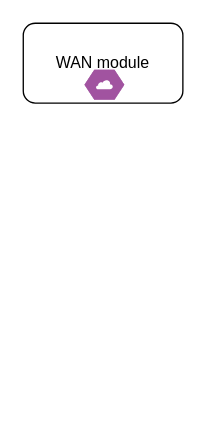
Above: qlrr.drawio in Khuemin/Network (draw.io), before the change. Source tidied: cells renumbered, new cells numbered last; positions are measured from the earlier drawing's top-left corner, leaving out a move shared by most shapes. Both pictures are drawn from the tidied source at 133%, with x=0, y=0 at pixel (23, 23).
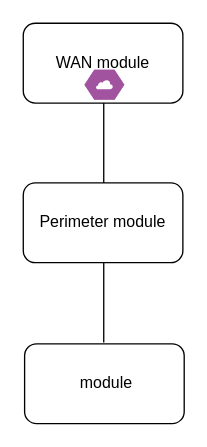
Above is the later version.

Commit message (it also covers changes not shown here):
Cập nhật qlrr.drawio

Change to the diagram source:
```diff
@@
 <mxGraphModel>
   <root>
     <mxCell id="0" />
     <mxCell id="1" parent="0" />
     <mxCell id="2" value="WAN module" style="rounded=1;whiteSpace=wrap;html=1;" parent="1" vertex="1">
       <mxGeometry width="120" height="60" as="geometry" />
     </mxCell>
     <mxCell id="3" style="verticalLabelPosition=bottom;sketch=0;html=1;fillColor=#A153A0;strokeColor=#ffffff;verticalAlign=top;align=center;shape=mxgraph.cisco_safe.compositeIcon;bgIcon=mxgraph.cisco_safe.design.blank_device;resIcon=mxgraph.cisco_safe.design.sd_wan;" parent="1" vertex="1">
       <mxGeometry x="46" y="35" width="30" height="22.5" as="geometry" />
     </mxCell>
+    <mxCell id="4" style="endArrow=none;html=1;rounded=0;" parent="1" edge="1">
+      <mxGeometry relative="1" as="geometry">
+        <mxPoint x="60.5" y="120" as="sourcePoint" />
+        <mxPoint x="60.5" y="60" as="targetPoint" />
+      </mxGeometry>
+    </mxCell>
+    <mxCell id="5" value="Perimeter module" style="rounded=1;whiteSpace=wrap;html=1;" parent="1" vertex="1">
+      <mxGeometry y="120" width="120" height="60" as="geometry" />
+    </mxCell>
+    <mxCell id="6" value="&amp;nbsp;module" style="rounded=1;whiteSpace=wrap;html=1;" parent="1" vertex="1">
+      <mxGeometry x="1" y="241" width="120" height="60" as="geometry" />
+    </mxCell>
+    <mxCell id="7" style="endArrow=none;html=1;rounded=0;" parent="1" edge="1">
+      <mxGeometry relative="1" as="geometry">
+        <mxPoint x="60.5" y="240" as="sourcePoint" />
+        <mxPoint x="60.5" y="180" as="targetPoint" />
+      </mxGeometry>
+    </mxCell>
   </root>
 </mxGraphModel>
```
